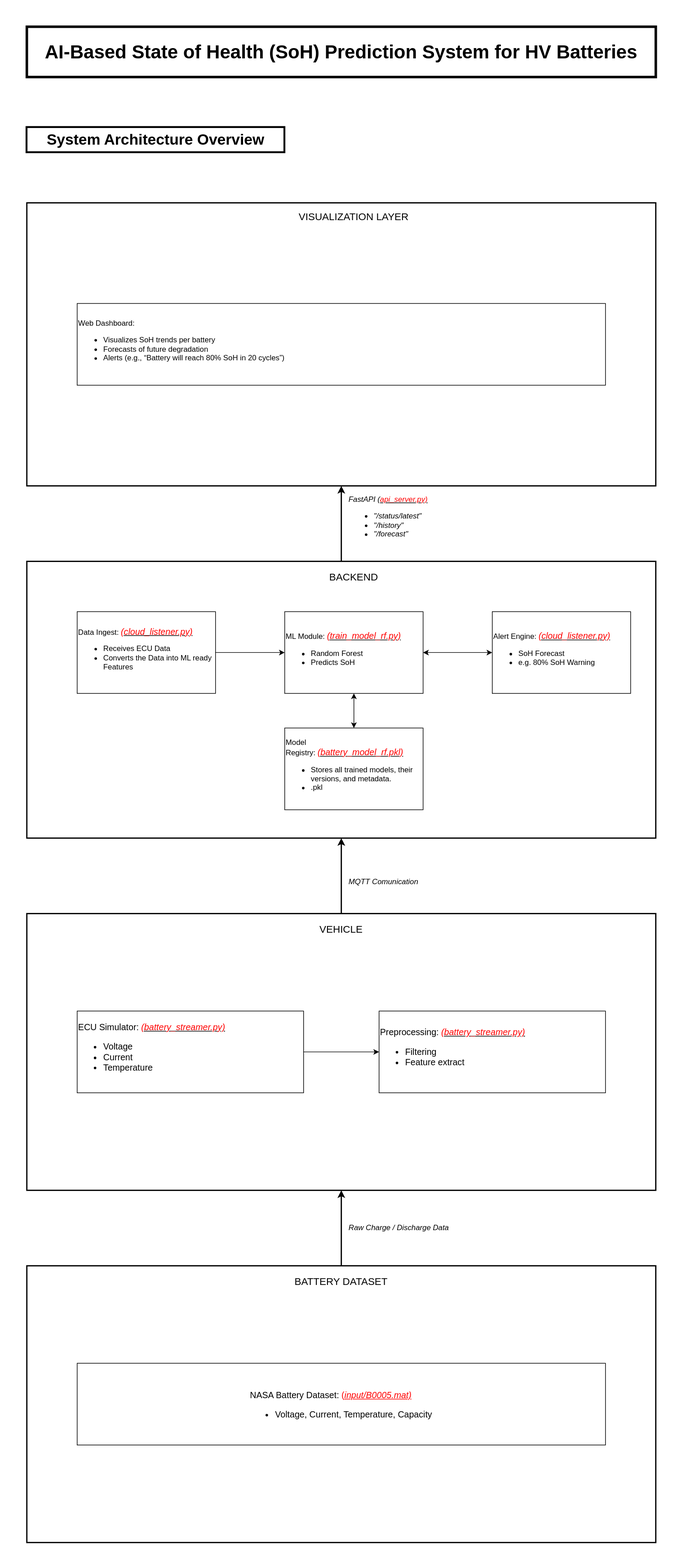
This is system architecture/System Architecture Overview.svg from abdrahim-dev/my-sdv-project, a draw.io export, as it was before one commit. Source tidied: cells renumbered, new cells last; positions are measured from the earlier drawing's top-left corner, leaving out a move shared by most shapes.
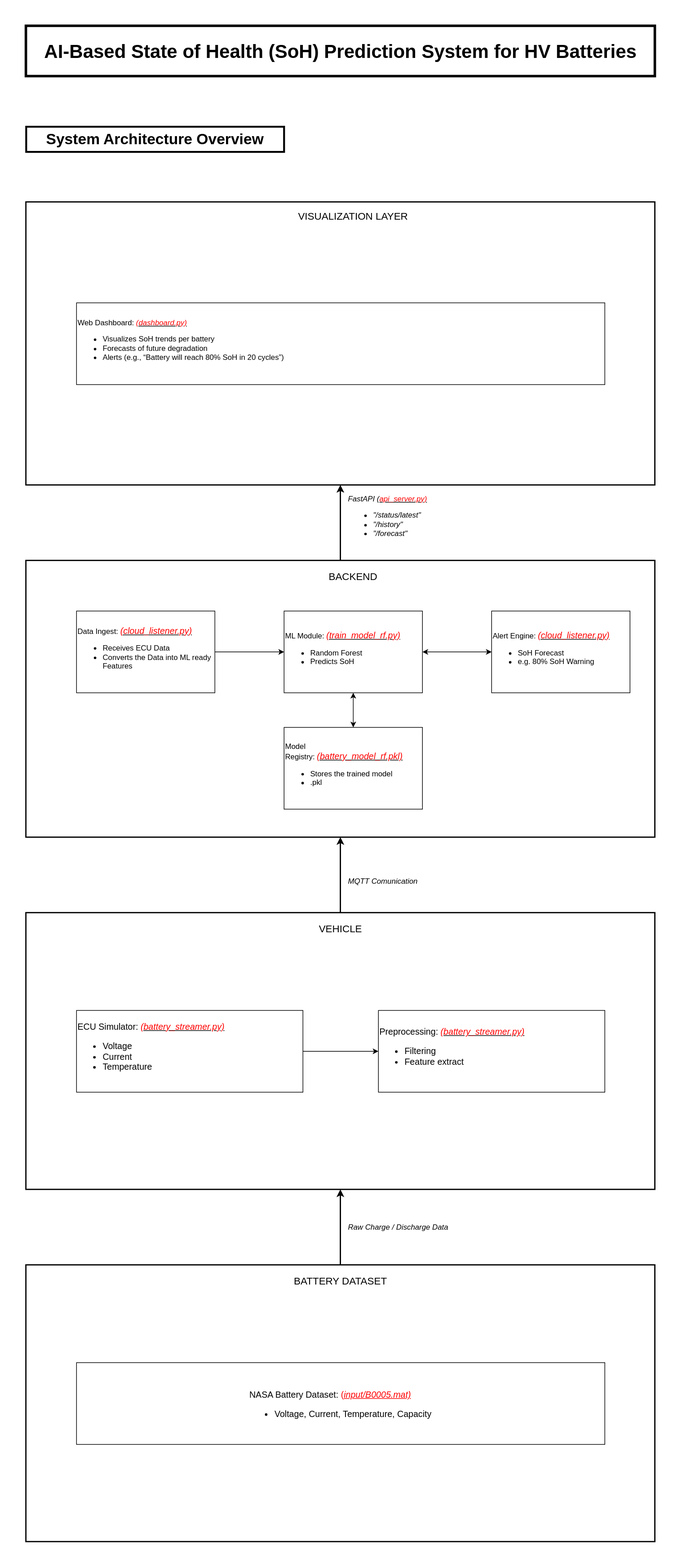
Later version of the same file.

The edit, as a diff of the source:
```diff
@@ -35,7 +35,7 @@
     <mxCell id="12" style="edgeStyle=orthogonalEdgeStyle;rounded=0;jettySize=auto;html=1;entryX=0.5;entryY=1;entryDx=0;entryDy=0;startArrow=classic;startFill=1;" parent="1" edge="1" source="13" target="15">
       <mxGeometry relative="1" as="geometry" />
     </mxCell>
-    <mxCell id="13" value="Model Registry:&amp;nbsp;&lt;i style=&quot;font-size: 14px;&quot;&gt;&lt;u&gt;&lt;font style=&quot;color: rgb(255, 0, 0);&quot;&gt;(battery_model_rf.pkl)&lt;/font&gt;&lt;/u&gt;&lt;/i&gt;&lt;div&gt;&lt;ul&gt;&lt;li&gt;Stores all trained models, their versions, and metadata.&lt;/li&gt;&lt;li&gt;.pkl&lt;/li&gt;&lt;/ul&gt;&lt;/div&gt;" style="text;html=1;whiteSpace=wrap;strokeColor=default;fillColor=none;align=left;verticalAlign=middle;rounded=0;" parent="1" vertex="1">
+    <mxCell id="13" value="Model Registry:&amp;nbsp;&lt;i style=&quot;font-size: 14px;&quot;&gt;&lt;u&gt;&lt;font style=&quot;color: rgb(255, 0, 0);&quot;&gt;(battery_model_rf.pkl)&lt;/font&gt;&lt;/u&gt;&lt;/i&gt;&lt;div&gt;&lt;ul&gt;&lt;li&gt;Stores the trained model&lt;/li&gt;&lt;li&gt;.pkl&lt;/li&gt;&lt;/ul&gt;&lt;/div&gt;" style="text;html=1;whiteSpace=wrap;strokeColor=default;fillColor=none;align=left;verticalAlign=middle;rounded=0;" parent="1" vertex="1">
       <mxGeometry x="410" y="1115" width="220" height="130" as="geometry" />
     </mxCell>
     <mxCell id="14" style="edgeStyle=orthogonalEdgeStyle;rounded=0;jettySize=auto;html=1;entryX=0;entryY=0.5;entryDx=0;entryDy=0;startArrow=classic;startFill=1;" parent="1" edge="1" source="15" target="16">
@@ -56,7 +56,7 @@
     <mxCell id="19" style="rounded=0;whiteSpace=wrap;html=1;strokeColor=default;fillColor=none;strokeWidth=2;" parent="1" vertex="1">
       <mxGeometry y="280" width="1000" height="450" as="geometry" />
     </mxCell>
-    <mxCell id="20" value="Web Dashboard:&lt;br&gt;&lt;div&gt;&lt;ul&gt;&lt;li&gt;Visualizes SoH trends per battery&lt;/li&gt;&lt;li&gt;&lt;span style=&quot;white-space: normal;&quot;&gt;Forecasts of future degradation&lt;/span&gt;&lt;/li&gt;&lt;li&gt;&lt;span style=&quot;white-space: normal;&quot;&gt;Alerts (e.g., “Battery will reach 80% SoH in 20 cycles”)&lt;/span&gt;&lt;/li&gt;&lt;/ul&gt;&lt;/div&gt;" style="text;html=1;whiteSpace=wrap;strokeColor=default;fillColor=none;align=left;verticalAlign=middle;rounded=0;strokeWidth=1;" parent="1" vertex="1">
+    <mxCell id="20" value="Web Dashboard: &lt;i&gt;&lt;u&gt;&lt;font style=&quot;color: rgb(255, 0, 0);&quot;&gt;(dashboard.py)&lt;/font&gt;&lt;/u&gt;&lt;/i&gt;&lt;br&gt;&lt;div&gt;&lt;ul&gt;&lt;li&gt;Visualizes SoH trends per battery&lt;/li&gt;&lt;li&gt;&lt;span style=&quot;white-space: normal;&quot;&gt;Forecasts of future degradation&lt;/span&gt;&lt;/li&gt;&lt;li&gt;&lt;span style=&quot;white-space: normal;&quot;&gt;Alerts (e.g., “Battery will reach 80% SoH in 20 cycles”)&lt;/span&gt;&lt;/li&gt;&lt;/ul&gt;&lt;/div&gt;" style="text;html=1;whiteSpace=wrap;strokeColor=default;fillColor=none;align=left;verticalAlign=middle;rounded=0;strokeWidth=1;" parent="1" vertex="1">
       <mxGeometry x="80" y="440" width="840" height="130" as="geometry" />
     </mxCell>
     <mxCell id="21" style="edgeStyle=orthogonalEdgeStyle;rounded=0;jettySize=auto;html=1;entryX=0;entryY=0.5;entryDx=0;entryDy=0;" parent="1" edge="1" source="22" target="23">
```
